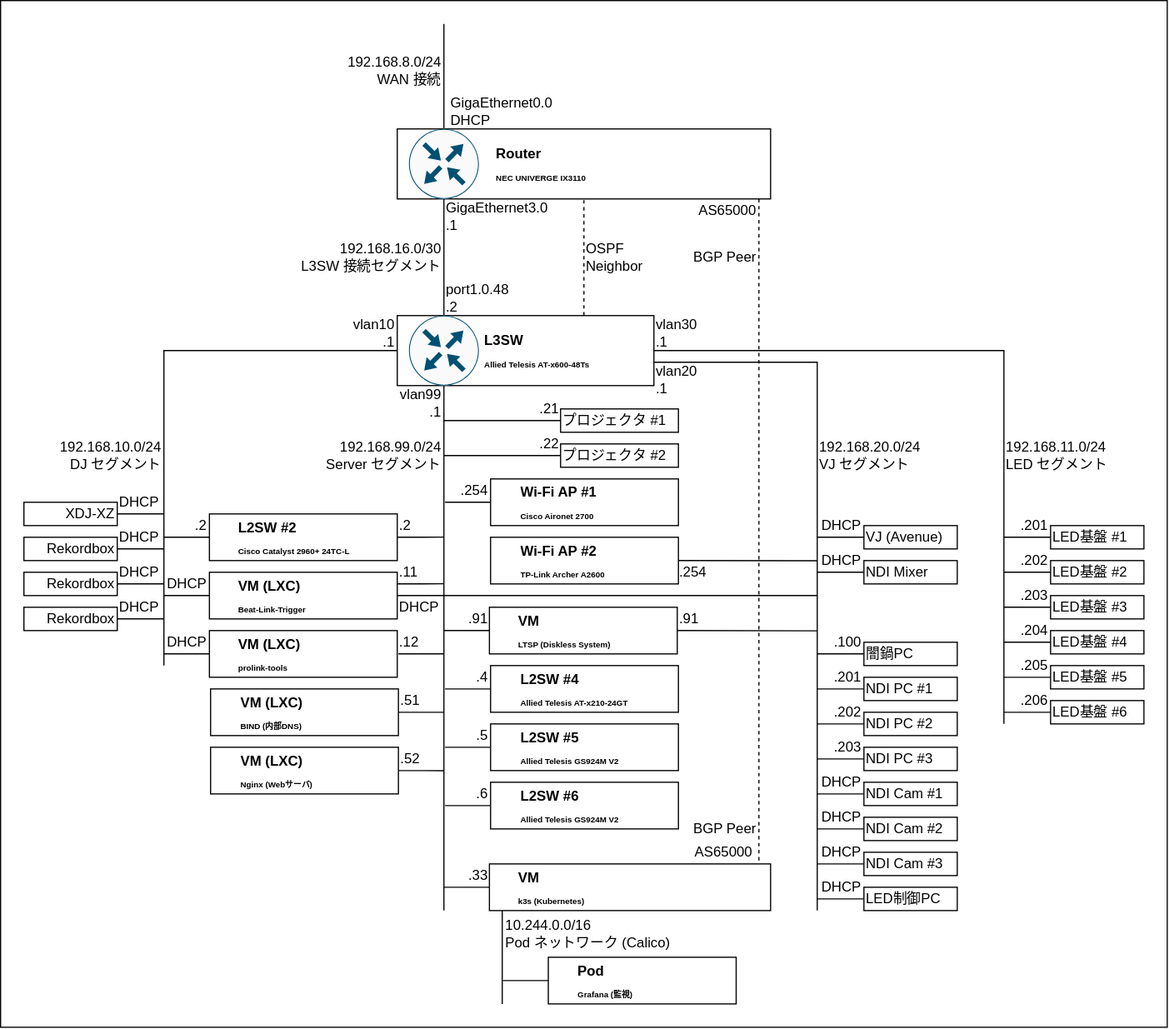
This is network/design/logic.drawio.svg from TechnoTUT/Infrastructure, a draw.io export, as it was before one commit. Source tidied: cells renumbered, new cells last; positions are measured from the earlier drawing's top-left corner, leaving out a move shared by most shapes.
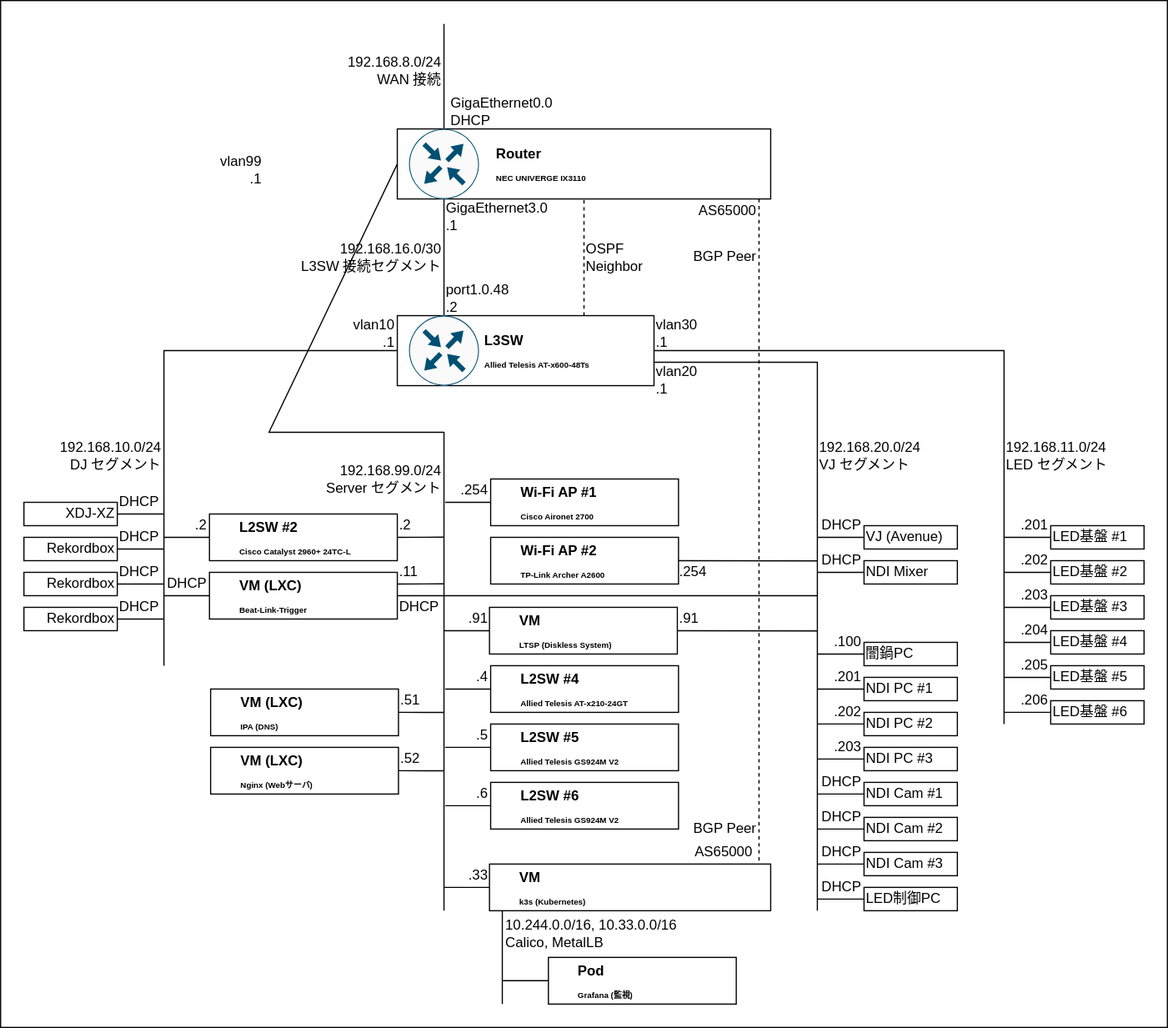
Above is the later version.

Diff of the diagram source:
```diff
@@ -35,7 +35,7 @@
         </Array>
       </mxGeometry>
     </mxCell>
-    <mxCell id="8" style="edgeStyle=none;html=1;exitX=0.5;exitY=1;exitDx=0;exitDy=0;exitPerimeter=0;startArrow=none;startFill=0;endArrow=none;endFill=0;rounded=0;" parent="1" edge="1" source="97">
+    <mxCell id="8" style="edgeStyle=none;html=1;exitX=0.38;exitY=0.42;exitDx=0;exitDy=0;startArrow=none;startFill=0;endArrow=none;endFill=0;rounded=0;exitPerimeter=0;" parent="1" edge="1" source="2">
       <mxGeometry relative="1" as="geometry">
         <mxPoint x="380" y="780" as="targetPoint" />
       </mxGeometry>
@@ -76,7 +76,7 @@
       <mxGeometry x="860" y="370" width="126" height="40" as="geometry" />
     </mxCell>
     <mxCell id="20" value="192.168.99.0/24&lt;br&gt;Server セグメント" style="text;html=1;strokeColor=none;fillColor=none;align=right;verticalAlign=middle;whiteSpace=wrap;rounded=0;" parent="1" vertex="1">
-      <mxGeometry x="254" y="370" width="126" height="40" as="geometry" />
+      <mxGeometry x="254" y="390" width="126" height="40" as="geometry" />
     </mxCell>
     <mxCell id="21" style="endArrow=none;html=1;rounded=0;align=right;" parent="1" edge="1">
       <mxGeometry relative="1" as="geometry">
@@ -363,7 +363,7 @@
       <mxGeometry x="294" y="270" width="46" height="30" as="geometry" />
     </mxCell>
     <mxCell id="99" value="vlan99&lt;br&gt;.1" style="text;html=1;strokeColor=none;fillColor=none;align=right;verticalAlign=middle;whiteSpace=wrap;rounded=0;" parent="1" vertex="1">
-      <mxGeometry x="334" y="330" width="46" height="30" as="geometry" />
+      <mxGeometry x="180" y="130" width="46" height="30" as="geometry" />
     </mxCell>
     <mxCell id="100" value="vlan20&lt;br&gt;.1" style="text;html=1;strokeColor=none;fillColor=none;align=left;verticalAlign=middle;whiteSpace=wrap;rounded=0;" parent="1" vertex="1">
       <mxGeometry x="559.5" y="310" width="46" height="30" as="geometry" />
@@ -655,7 +655,7 @@
     <mxCell id="180" style="rounded=0;whiteSpace=wrap;html=1;" parent="1" vertex="1">
       <mxGeometry x="180" y="590" width="161" height="40" as="geometry" />
     </mxCell>
-    <mxCell id="181" value="&lt;h1&gt;&lt;font style=&quot;&quot;&gt;&lt;span style=&quot;font-size: 12px;&quot;&gt;VM (LXC)&lt;br&gt;&lt;/span&gt;&lt;/font&gt;&lt;span style=&quot;font-size: 7px;&quot;&gt;BIND (内部DNS)&lt;/span&gt;&lt;/h1&gt;" style="text;html=1;strokeColor=none;fillColor=none;spacing=5;spacingTop=-20;whiteSpace=wrap;overflow=hidden;rounded=0;fontSize=8;" parent="1" vertex="1">
+    <mxCell id="181" value="&lt;h1&gt;&lt;font style=&quot;&quot;&gt;&lt;span style=&quot;font-size: 12px;&quot;&gt;VM (LXC)&lt;br&gt;&lt;/span&gt;&lt;/font&gt;&lt;span style=&quot;font-size: 7px;&quot;&gt;IPA (DNS)&lt;/span&gt;&lt;/h1&gt;" style="text;html=1;strokeColor=none;fillColor=none;spacing=5;spacingTop=-20;whiteSpace=wrap;overflow=hidden;rounded=0;fontSize=8;" parent="1" vertex="1">
       <mxGeometry x="200.5" y="590" width="120" height="40" as="geometry" />
     </mxCell>
     <mxCell id="182" value=".51" style="text;html=1;strokeColor=none;fillColor=none;align=left;verticalAlign=middle;whiteSpace=wrap;rounded=0;" parent="1" vertex="1">
@@ -675,7 +675,7 @@
     <mxCell id="186" value=".52" style="text;html=1;strokeColor=none;fillColor=none;align=left;verticalAlign=middle;whiteSpace=wrap;rounded=0;" parent="1" vertex="1">
       <mxGeometry x="341" y="640" width="40" height="20" as="geometry" />
     </mxCell>
-    <mxCell id="187" value="10.244.0.0/16&lt;br&gt;&lt;div style=&quot;&quot;&gt;Pod ネットワーク (Calico)&lt;/div&gt;" style="text;html=1;strokeColor=none;fillColor=none;align=left;verticalAlign=middle;whiteSpace=wrap;rounded=0;" parent="1" vertex="1">
+    <mxCell id="187" value="10.244.0.0/16, 10.33.0.0/16&lt;br&gt;&lt;div style=&quot;&quot;&gt;Calico, MetalLB&lt;/div&gt;" style="text;html=1;strokeColor=none;fillColor=none;align=left;verticalAlign=middle;whiteSpace=wrap;rounded=0;" parent="1" vertex="1">
       <mxGeometry x="430.5" y="780" width="159.5" height="40" as="geometry" />
     </mxCell>
     <mxCell id="188" style="edgeStyle=none;rounded=0;html=1;exitX=0;exitY=0.5;exitDx=0;exitDy=0;entryX=1;entryY=0;entryDx=0;entryDy=0;fontSize=7;startArrow=none;startFill=0;endArrow=none;endFill=0;align=right;" parent="1" edge="1" source="189">
@@ -692,59 +692,13 @@
     <mxCell id="191" value="BGP Peer" style="text;html=1;strokeColor=none;fillColor=none;align=right;verticalAlign=middle;whiteSpace=wrap;rounded=0;" parent="1" vertex="1">
       <mxGeometry x="581" y="695" width="69" height="30" as="geometry" />
     </mxCell>
-    <mxCell id="192" style="endArrow=none;html=1;rounded=0;align=right;exitX=1;exitY=1;exitDx=0;exitDy=0;entryX=1;entryY=1;entryDx=0;entryDy=0;" parent="1" edge="1" source="99" target="196">
-      <mxGeometry relative="1" as="geometry" />
+    <mxCell id="192" style="endArrow=none;html=1;rounded=0;align=right;entryX=0;entryY=0.5;entryDx=0;entryDy=0;" parent="1" edge="1" target="3">
+      <mxGeometry relative="1" as="geometry">
+        <mxPoint x="380" y="370" as="sourcePoint" />
+        <Array as="points">
+          <mxPoint x="230" y="370" />
+        </Array>
+      </mxGeometry>
     </mxCell>
-    <mxCell id="193" style="group;align=left;" parent="1" vertex="1">
-      <mxGeometry x="480" y="350" width="101" height="20" as="geometry" />
-    </mxCell>
-    <mxCell id="194" style="rounded=0;whiteSpace=wrap;html=1;align=left;" parent="193" vertex="1">
-      <mxGeometry width="101" height="20" as="geometry" />
-    </mxCell>
-    <mxCell id="195" value="プロジェクタ #1" style="text;html=1;strokeColor=none;fillColor=none;align=left;verticalAlign=middle;whiteSpace=wrap;rounded=0;" parent="193" vertex="1">
-      <mxGeometry width="101" height="20" as="geometry" />
-    </mxCell>
-    <mxCell id="196" value=".21" style="text;html=1;strokeColor=none;fillColor=none;align=right;verticalAlign=middle;whiteSpace=wrap;rounded=0;" parent="1" vertex="1">
-      <mxGeometry x="440.5" y="340" width="40" height="20" as="geometry" />
-    </mxCell>
-    <mxCell id="197" style="endArrow=none;html=1;rounded=0;align=right;exitX=1;exitY=0.5;exitDx=0;exitDy=0;entryX=1;entryY=1;entryDx=0;entryDy=0;" parent="1" edge="1" source="20" target="198">
-      <mxGeometry relative="1" as="geometry" />
-    </mxCell>
-    <mxCell id="198" value=".22" style="text;html=1;strokeColor=none;fillColor=none;align=right;verticalAlign=middle;whiteSpace=wrap;rounded=0;" parent="1" vertex="1">
-      <mxGeometry x="440.5" y="370" width="40" height="20" as="geometry" />
-    </mxCell>
-    <mxCell id="199" style="group;align=left;" parent="1" vertex="1">
-      <mxGeometry x="480" y="380" width="101" height="20" as="geometry" />
-    </mxCell>
-    <mxCell id="200" style="rounded=0;whiteSpace=wrap;html=1;align=left;" parent="199" vertex="1">
-      <mxGeometry width="101" height="20" as="geometry" />
-    </mxCell>
-    <mxCell id="201" value="プロジェクタ #2" style="text;html=1;strokeColor=none;fillColor=none;align=left;verticalAlign=middle;whiteSpace=wrap;rounded=0;" parent="199" vertex="1">
-      <mxGeometry width="101" height="20" as="geometry" />
-    </mxCell>
-    <mxCell id="202" style="rounded=0;whiteSpace=wrap;html=1;" parent="1" vertex="1">
-      <mxGeometry x="179" y="540" width="161" height="40" as="geometry" />
-    </mxCell>
-    <mxCell id="203" value="&lt;h1&gt;&lt;font style=&quot;&quot;&gt;&lt;span style=&quot;font-size: 12px;&quot;&gt;VM (LXC)&lt;br&gt;&lt;/span&gt;&lt;/font&gt;&lt;span style=&quot;font-size: 7px;&quot;&gt;prolink-tools&lt;/span&gt;&lt;/h1&gt;" style="text;html=1;strokeColor=none;fillColor=none;spacing=5;spacingTop=-20;whiteSpace=wrap;overflow=hidden;rounded=0;fontSize=8;" parent="1" vertex="1">
-      <mxGeometry x="199.5" y="540" width="120" height="40" as="geometry" />
-    </mxCell>
-    <mxCell id="204" style="endArrow=none;html=1;rounded=0;entryX=0;entryY=0.5;entryDx=0;entryDy=0;" parent="1" edge="1">
-      <mxGeometry relative="1" as="geometry">
-        <mxPoint x="140" y="560" as="sourcePoint" />
-        <mxPoint x="179" y="560" as="targetPoint" />
-      </mxGeometry>
-    </mxCell>
-    <mxCell id="205" value="DHCP" style="text;html=1;strokeColor=none;fillColor=none;align=right;verticalAlign=middle;whiteSpace=wrap;rounded=0;" parent="1" vertex="1">
-      <mxGeometry x="139" y="540" width="40" height="20" as="geometry" />
-    </mxCell>
-    <mxCell id="206" style="endArrow=none;html=1;rounded=0;entryX=0;entryY=0.5;entryDx=0;entryDy=0;" parent="1" edge="1">
-      <mxGeometry relative="1" as="geometry">
-        <mxPoint x="341" y="560" as="sourcePoint" />
-        <mxPoint x="380" y="560" as="targetPoint" />
-      </mxGeometry>
-    </mxCell>
-    <mxCell id="207" value=".12" style="text;html=1;strokeColor=none;fillColor=none;align=left;verticalAlign=middle;whiteSpace=wrap;rounded=0;" parent="1" vertex="1">
-      <mxGeometry x="340" y="540" width="40" height="20" as="geometry" />
-    </mxCell>
   </root>
 </mxGraphModel>
```
